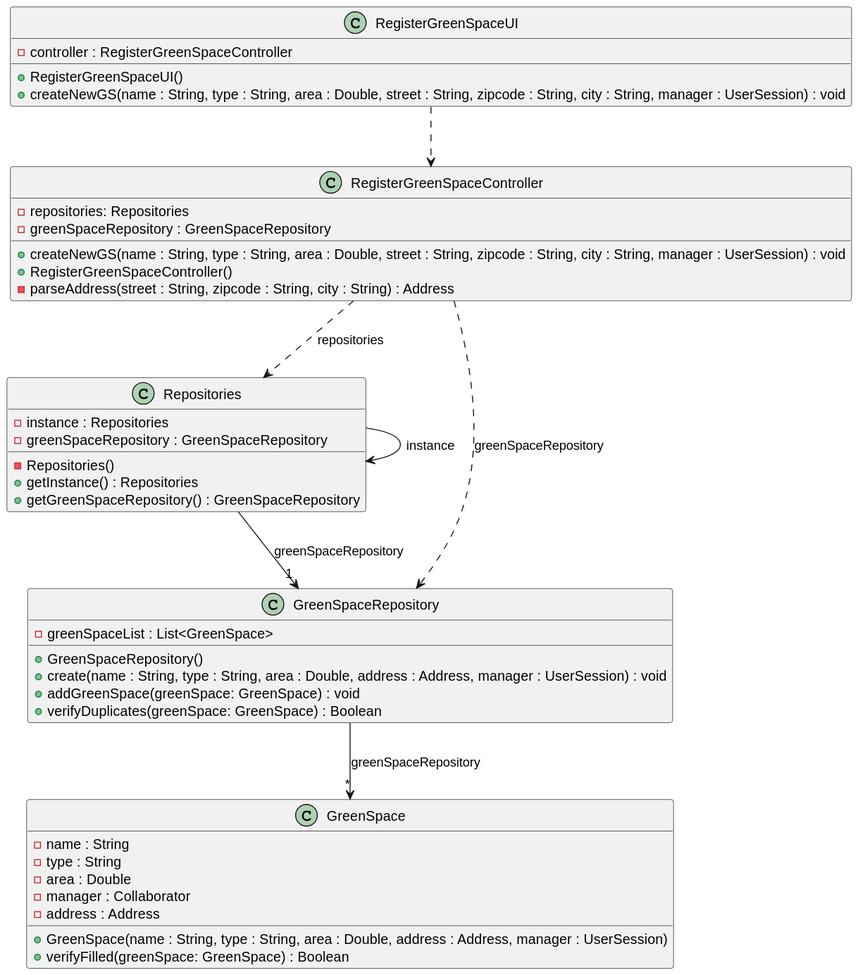
The PlantUML diagram docs/sprintC/us020/03.design/svg/us020-class-diagram.svg in ricardomm7/leaflink, before a commit.
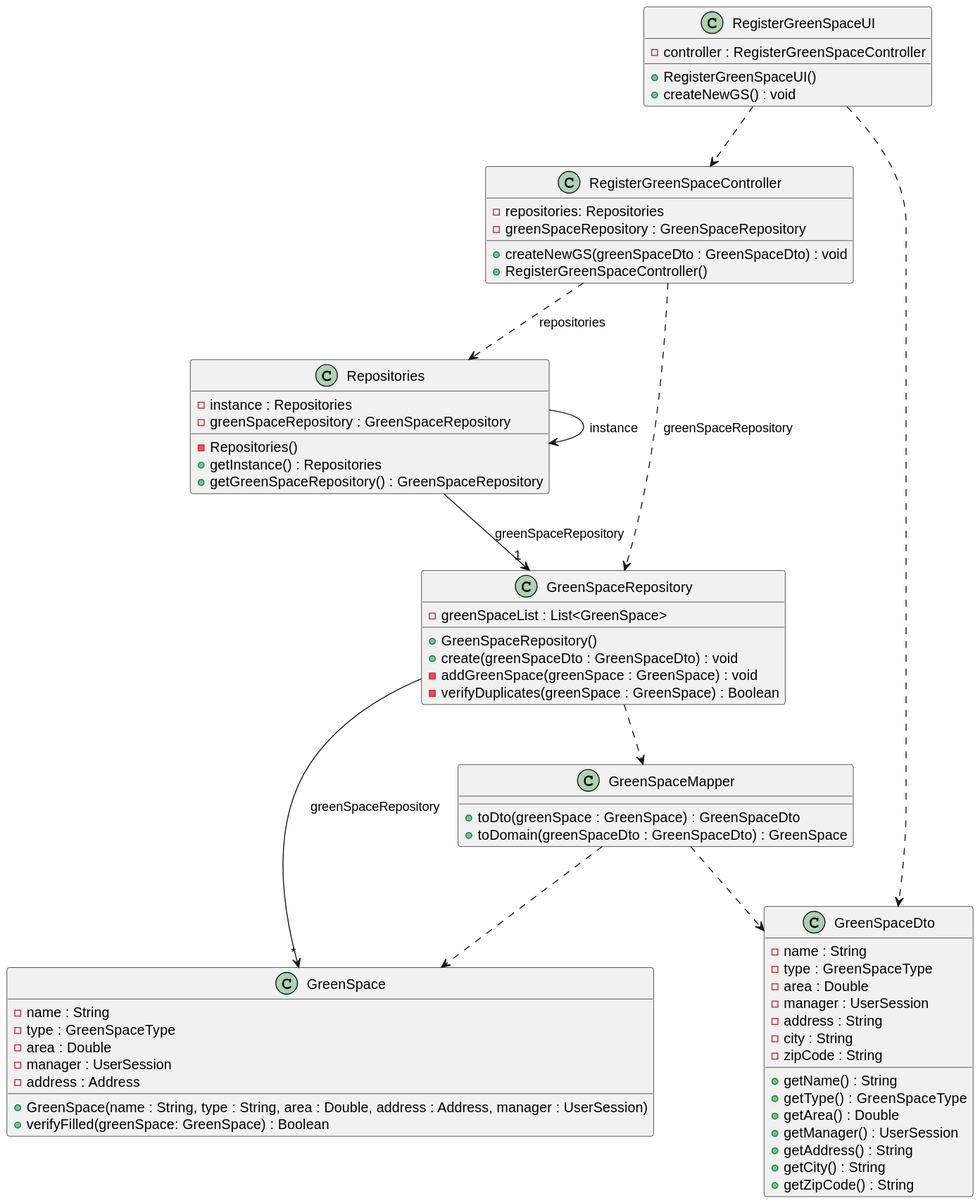
Later version of the same file.

What changed in the source:
```diff
@@ -6,15 +6,14 @@
     class RegisterGreenSpaceUI {
         - controller : RegisterGreenSpaceController
         + RegisterGreenSpaceUI()
-        + createNewGS(name : String, type : String, area : Double, street : String, zipcode : String, city : String, manager : UserSession) : void
+        + createNewGS() : void
     }
 
     class RegisterGreenSpaceController {
         - repositories: Repositories
         - greenSpaceRepository : GreenSpaceRepository
-        + createNewGS(name : String, type : String, area : Double, street : String, zipcode : String, city : String, manager : UserSession) : void
+        + createNewGS(greenSpaceDto : GreenSpaceDto) : void
         + RegisterGreenSpaceController()
-        - parseAddress(street : String, zipcode : String, city : String) : Address
     }
 
     class Repositories {
@@ -27,21 +26,42 @@
 
     class GreenSpaceRepository {
         - greenSpaceList : List<GreenSpace>
-
         + GreenSpaceRepository()
-        + create(name : String, type : String, area : Double, address : Address, manager : UserSession) : void
-        + addGreenSpace(greenSpace: GreenSpace) : void
-        + verifyDuplicates(greenSpace: GreenSpace) : Boolean
+        + create(greenSpaceDto : GreenSpaceDto) : void
+        - addGreenSpace(greenSpace : GreenSpace) : void
+        - verifyDuplicates(greenSpace : GreenSpace) : Boolean
     }
 
     class GreenSpace {
         - name : String
-        - type : String
+        - type : GreenSpaceType
         - area : Double
-        - manager : Collaborator
+        - manager : UserSession
         - address : Address
         + GreenSpace(name : String, type : String, area : Double, address : Address, manager : UserSession)
         + verifyFilled(greenSpace: GreenSpace) : Boolean
+    }
+
+    class GreenSpaceDto{
+        - name : String
+        - type : GreenSpaceType
+        - area : Double
+        - manager : UserSession
+        - address : String
+        - city : String
+        - zipCode : String
+        + getName() : String
+        + getType() : GreenSpaceType
+        + getArea() : Double
+        + getManager() : UserSession
+        + getAddress() : String
+        + getCity() : String
+        + getZipCode() : String
+    }
+
+    class GreenSpaceMapper{
+        +toDto(greenSpace : GreenSpace) : GreenSpaceDto
+        +toDomain(greenSpaceDto : GreenSpaceDto) : GreenSpace
     }
 
 RegisterGreenSpaceUI ..> RegisterGreenSpaceController
@@ -50,4 +70,8 @@
 RegisterGreenSpaceController ..> GreenSpaceRepository: greenSpaceRepository
 Repositories --> "1"GreenSpaceRepository: greenSpaceRepository
 GreenSpaceRepository -->"*" GreenSpace: greenSpaceRepository
+RegisterGreenSpaceUI ..> GreenSpaceDto
+GreenSpaceRepository ..> GreenSpaceMapper
+GreenSpaceMapper ..> GreenSpace
+GreenSpaceMapper ..> GreenSpaceDto
 @enduml
```
